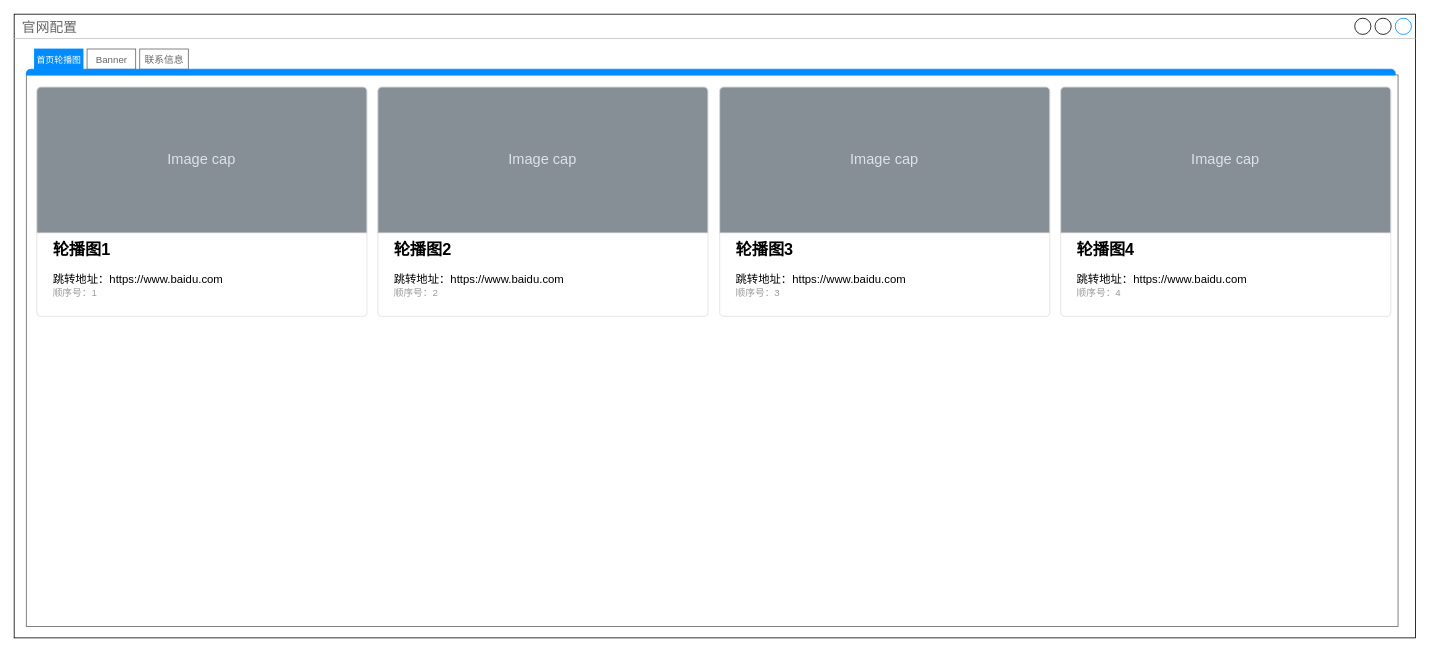
The draw.io diagram 衡链.drawio in xiaofengleiyu/diagrams, before the edit. Source tidied: cells renumbered, new cells numbered last; positions are measured from the earlier drawing's top-left corner, leaving out a move shared by most shapes. Both pictures are drawn from the tidied source at 81%, with x=0, y=0 at pixel (14, 14).
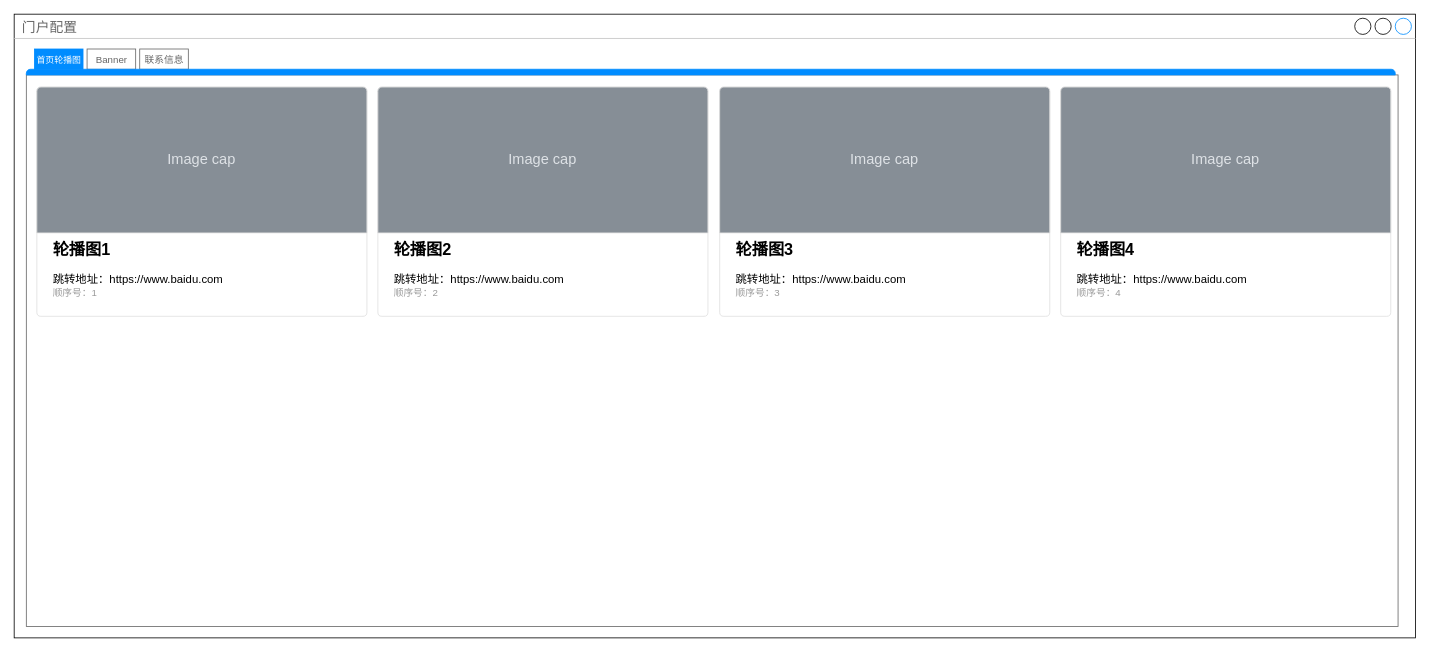
Above is the later version.

Diff of the diagram source:
```diff
@@
 <mxGraphModel>
   <root>
     <mxCell id="0" />
     <mxCell id="1" parent="0" />
-    <mxCell id="2" value="官网配置" style="strokeWidth=1;shadow=0;dashed=0;align=center;html=1;shape=mxgraph.mockup.containers.window;align=left;verticalAlign=top;spacingLeft=8;strokeColor2=#008cff;strokeColor3=#c4c4c4;fontColor=#666666;mainText=;fontSize=17;labelBackgroundColor=none;" parent="1" vertex="1">
+    <mxCell id="2" value="门户配置" style="strokeWidth=1;shadow=0;dashed=0;align=center;html=1;shape=mxgraph.mockup.containers.window;align=left;verticalAlign=top;spacingLeft=8;strokeColor2=#008cff;strokeColor3=#c4c4c4;fontColor=#666666;mainText=;fontSize=17;labelBackgroundColor=none;" parent="1" vertex="1">
       <mxGeometry width="1730" height="770" as="geometry" />
     </mxCell>
     <mxCell id="3" style="strokeWidth=1;shadow=0;dashed=0;align=center;html=1;shape=mxgraph.mockup.containers.marginRect2;rectMarginTop=32;strokeColor=#666666;gradientColor=none;" parent="1" vertex="1">
       <mxGeometry x="15" y="43" width="1693.5" height="713" as="geometry" />
     </mxCell>
     <mxCell id="4" value="&lt;font style=&quot;font-size: 11px;&quot;&gt;首页轮播图&lt;/font&gt;" style="strokeColor=#008cff;fillColor=#008cff;gradientColor=inherit;strokeWidth=1;shadow=0;dashed=0;align=center;html=1;shape=mxgraph.mockup.containers.rrect;rSize=0;fontSize=17;fontColor=#ffffff;gradientColor=none;" parent="3" vertex="1">
       <mxGeometry width="60" height="25" relative="1" as="geometry">
         <mxPoint x="10" as="offset" />
       </mxGeometry>
     </mxCell>
     <mxCell id="5" value="&lt;font style=&quot;font-size: 12px;&quot;&gt;Banner&lt;/font&gt;" style="strokeWidth=1;shadow=0;dashed=0;align=center;html=1;shape=mxgraph.mockup.containers.rrect;rSize=0;fontSize=17;fontColor=#666666;strokeColor=inherit;fillColor=inherit;gradientColor=none;" parent="3" vertex="1">
       <mxGeometry width="60" height="25" relative="1" as="geometry">
         <mxPoint x="75" as="offset" />
       </mxGeometry>
     </mxCell>
     <mxCell id="6" value="&lt;font style=&quot;font-size: 12px;&quot;&gt;联系信息&lt;/font&gt;" style="strokeColor=inherit;fillColor=inherit;gradientColor=inherit;strokeWidth=1;shadow=0;dashed=0;align=center;html=1;shape=mxgraph.mockup.containers.rrect;rSize=0;fontSize=17;fontColor=#666666;gradientColor=none;" parent="3" vertex="1">
       <mxGeometry width="60" height="25" relative="1" as="geometry">
         <mxPoint x="140" as="offset" />
       </mxGeometry>
     </mxCell>
     <mxCell id="7" style="strokeWidth=1;shadow=0;dashed=0;align=center;html=1;shape=mxgraph.mockup.containers.topButton;rSize=5;strokeColor=#008cff;fillColor=#008cff;gradientColor=none;" parent="3" vertex="1">
       <mxGeometry width="1690" height="7" relative="1" as="geometry">
         <mxPoint y="25" as="offset" />
       </mxGeometry>
     </mxCell>
     <mxCell id="8" value="&lt;b&gt;&lt;font style=&quot;font-size: 20px&quot;&gt;轮播图1&lt;/font&gt;&lt;/b&gt;&lt;br&gt;&lt;br&gt;跳转地址：https://www.baidu.com&lt;br&gt;&lt;font color=&quot;#999999&quot;&gt;&lt;span style=&quot;font-size: 12px;&quot;&gt;顺序号：1&lt;/span&gt;&lt;/font&gt;" style="html=1;shadow=0;dashed=0;shape=mxgraph.bootstrap.rrect;rSize=5;strokeColor=#DFDFDF;html=1;whiteSpace=wrap;fillColor=#ffffff;fontColor=#000000;verticalAlign=bottom;align=left;spacing=20;fontSize=14;" parent="3" vertex="1">
       <mxGeometry x="13" y="47" width="407.5" height="283" as="geometry" />
     </mxCell>
     <mxCell id="9" value="&lt;span style=&quot;&quot;&gt;Image cap&lt;/span&gt;" style="html=1;shadow=0;dashed=0;shape=mxgraph.bootstrap.topButton;rSize=5;perimeter=none;whiteSpace=wrap;fillColor=#868E96;strokeColor=#DFDFDF;fontColor=#DEE2E6;fontSize=18;" parent="8" vertex="1">
       <mxGeometry width="407.47" height="180" relative="1" as="geometry" />
     </mxCell>
     <mxCell id="10" value="&lt;b&gt;&lt;font style=&quot;font-size: 20px&quot;&gt;轮播图2&lt;/font&gt;&lt;/b&gt;&lt;br&gt;&lt;br&gt;跳转地址：https://www.baidu.com&lt;br&gt;&lt;font color=&quot;#999999&quot;&gt;&lt;span style=&quot;font-size: 12px;&quot;&gt;顺序号：2&lt;/span&gt;&lt;/font&gt;" style="html=1;shadow=0;dashed=0;shape=mxgraph.bootstrap.rrect;rSize=5;strokeColor=#DFDFDF;html=1;whiteSpace=wrap;fillColor=#ffffff;fontColor=#000000;verticalAlign=bottom;align=left;spacing=20;fontSize=14;" parent="3" vertex="1">
       <mxGeometry x="434" y="47" width="407.5" height="283" as="geometry" />
     </mxCell>
     <mxCell id="11" value="&lt;span style=&quot;&quot;&gt;Image cap&lt;/span&gt;" style="html=1;shadow=0;dashed=0;shape=mxgraph.bootstrap.topButton;rSize=5;perimeter=none;whiteSpace=wrap;fillColor=#868E96;strokeColor=#DFDFDF;fontColor=#DEE2E6;fontSize=18;" parent="10" vertex="1">
       <mxGeometry width="407.47" height="180" relative="1" as="geometry" />
     </mxCell>
     <mxCell id="12" value="&lt;b&gt;&lt;font style=&quot;font-size: 20px&quot;&gt;轮播图3&lt;/font&gt;&lt;/b&gt;&lt;br&gt;&lt;br&gt;跳转地址：https://www.baidu.com&lt;br&gt;&lt;font color=&quot;#999999&quot;&gt;&lt;span style=&quot;font-size: 12px;&quot;&gt;顺序号：3&lt;/span&gt;&lt;/font&gt;" style="html=1;shadow=0;dashed=0;shape=mxgraph.bootstrap.rrect;rSize=5;strokeColor=#DFDFDF;html=1;whiteSpace=wrap;fillColor=#ffffff;fontColor=#000000;verticalAlign=bottom;align=left;spacing=20;fontSize=14;" parent="3" vertex="1">
       <mxGeometry x="856" y="47" width="407.5" height="283" as="geometry" />
     </mxCell>
     <mxCell id="13" value="&lt;span style=&quot;&quot;&gt;Image cap&lt;/span&gt;" style="html=1;shadow=0;dashed=0;shape=mxgraph.bootstrap.topButton;rSize=5;perimeter=none;whiteSpace=wrap;fillColor=#868E96;strokeColor=#DFDFDF;fontColor=#DEE2E6;fontSize=18;" parent="12" vertex="1">
       <mxGeometry width="407.47" height="180" relative="1" as="geometry" />
     </mxCell>
     <mxCell id="14" value="&lt;b&gt;&lt;font style=&quot;font-size: 20px&quot;&gt;轮播图4&lt;/font&gt;&lt;/b&gt;&lt;br&gt;&lt;br&gt;跳转地址：https://www.baidu.com&lt;br&gt;&lt;font color=&quot;#999999&quot;&gt;&lt;span style=&quot;font-size: 12px;&quot;&gt;顺序号：4&lt;/span&gt;&lt;/font&gt;" style="html=1;shadow=0;dashed=0;shape=mxgraph.bootstrap.rrect;rSize=5;strokeColor=#DFDFDF;html=1;whiteSpace=wrap;fillColor=#ffffff;fontColor=#000000;verticalAlign=bottom;align=left;spacing=20;fontSize=14;" parent="3" vertex="1">
       <mxGeometry x="1277" y="47" width="407.5" height="283" as="geometry" />
     </mxCell>
     <mxCell id="15" value="&lt;span style=&quot;&quot;&gt;Image cap&lt;/span&gt;" style="html=1;shadow=0;dashed=0;shape=mxgraph.bootstrap.topButton;rSize=5;perimeter=none;whiteSpace=wrap;fillColor=#868E96;strokeColor=#DFDFDF;fontColor=#DEE2E6;fontSize=18;" parent="14" vertex="1">
       <mxGeometry width="407.47" height="180" relative="1" as="geometry" />
     </mxCell>
   </root>
 </mxGraphModel>
```
